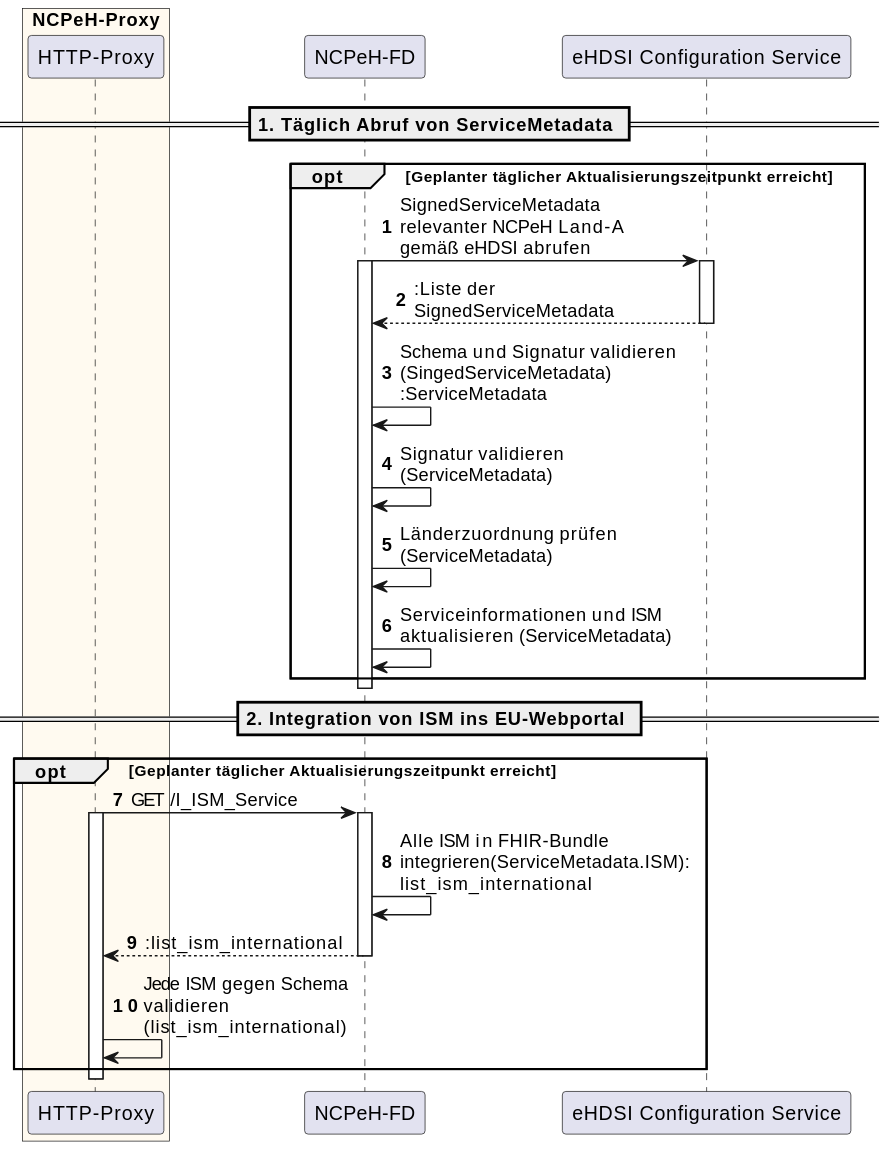
gematik/api-ncpeh keeps this PlantUML diagram as images/eped-b/functional/ISM bereiststellen.svg. Above is the earlier version.
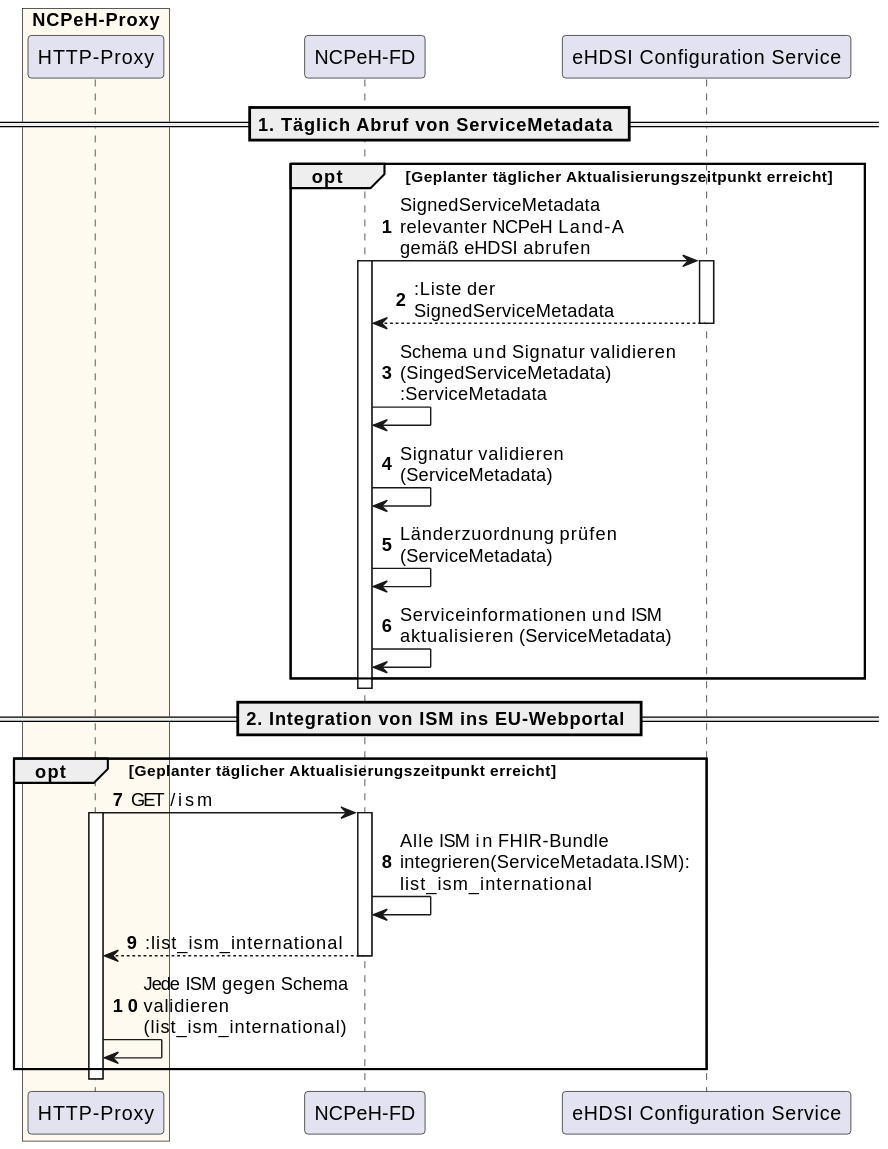
Above is the later version.

Commit message:
Sequenzdiagramm - International Search Masks abrufen

Change to the diagram source:
```diff
@@ -26,9 +26,7 @@
 
 == 2. Integration von ISM ins EU-Webportal ==
 opt Geplanter täglicher Aktualisierungszeitpunkt erreicht
-
-
-    Proxy -> NCPeH: GET /I_ISM_Service
+    Proxy -> NCPeH: GET /ism
     activate Proxy
     activate NCPeH
     NCPeH -> NCPeH: Alle ISM in FHIR-Bundle integrieren(ServiceMetadata.ISM): list_ism_international
```
